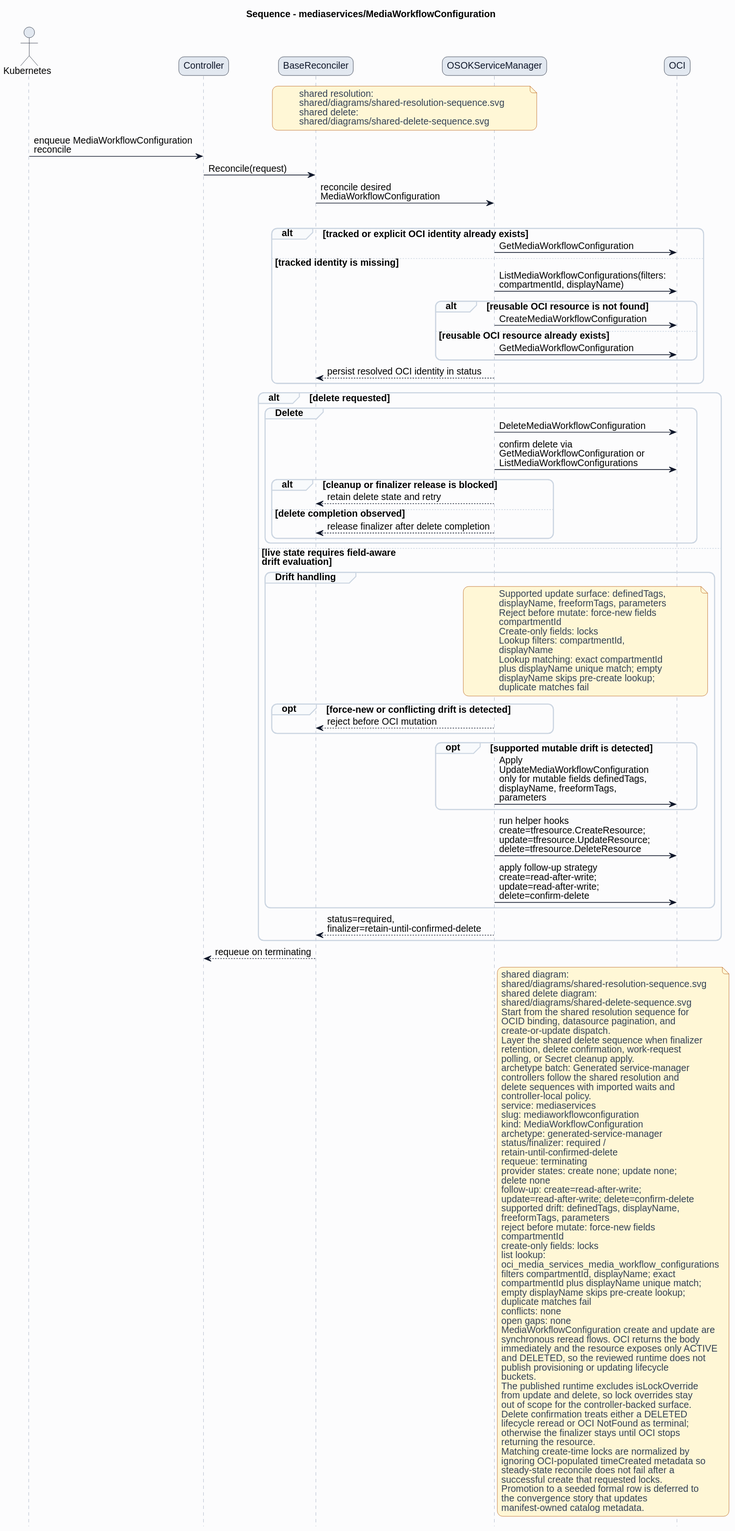
Earlier version of the PlantUML export formal/controllers/mediaservices/mediaworkflowconfiguration/diagrams/sequence.svg (HaoyL666/oci-service-operator).
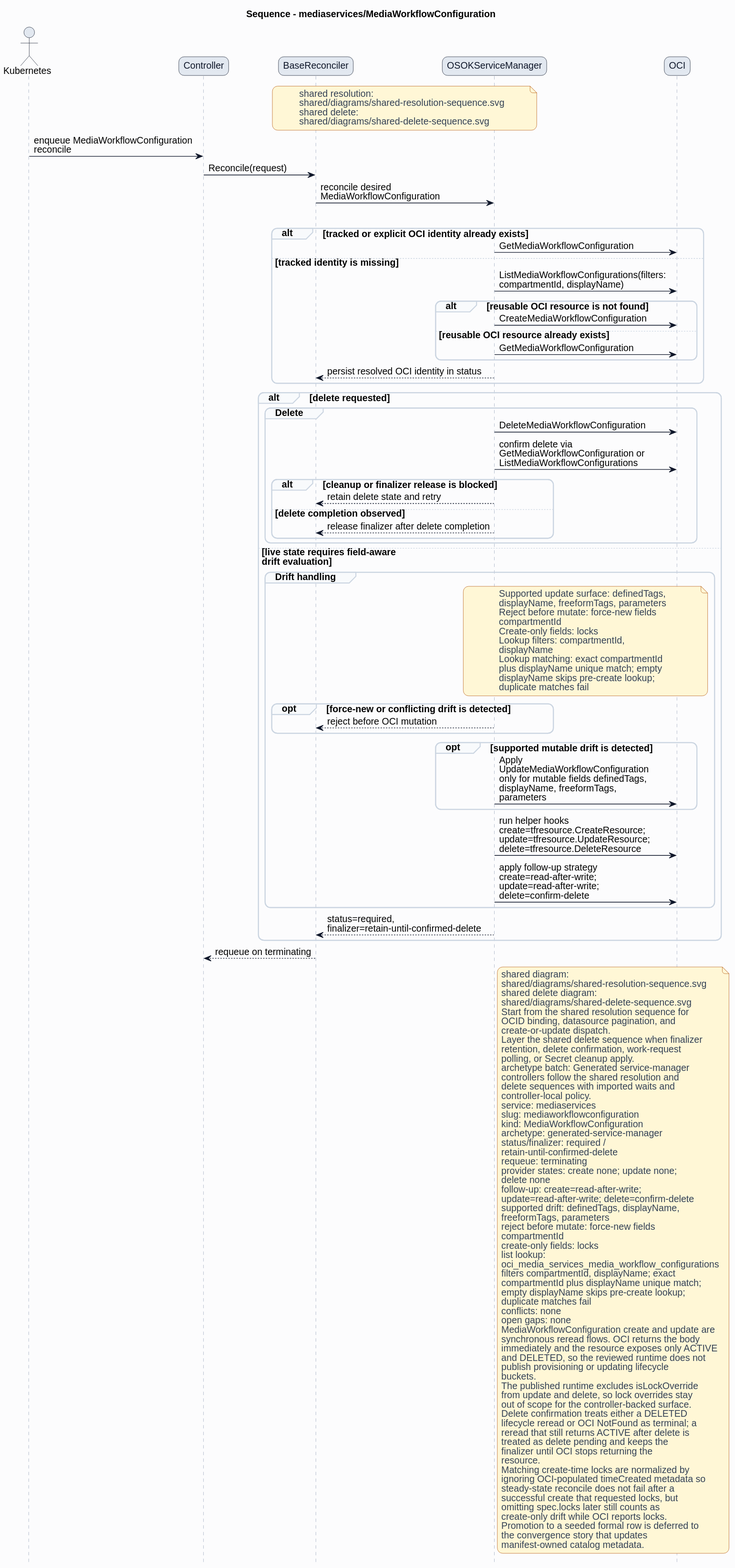
Above is the later version.

What changed in the source:
```diff
@@ -132,13 +132,17 @@
 from update and delete, so lock overrides stay
 out of scope for the controller-backed surface.
 Delete confirmation treats either a DELETED
-lifecycle reread or OCI NotFound as terminal;
-otherwise the finalizer stays until OCI stops
-returning the resource.
+lifecycle reread or OCI NotFound as terminal; a
+reread that still returns ACTIVE after delete is
+treated as delete pending and keeps the
+finalizer until OCI stops returning the
+resource.
 Matching create-time locks are normalized by
 ignoring OCI-populated timeCreated metadata so
 steady-state reconcile does not fail after a
-successful create that requested locks.
+successful create that requested locks, but
+omitting spec.locks later still counts as
+create-only drift while OCI reports locks.
 Promotion to a seeded formal row is deferred to
 the convergence story that updates
 manifest-owned catalog metadata.
```
